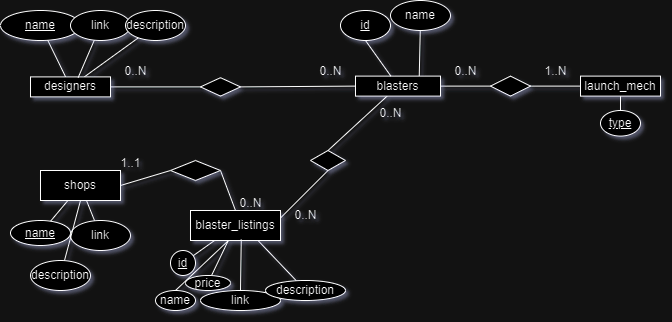
SabreBirdOne/BlasterBrowser keeps this draw.io diagram as docs/ERD.png. Above is the earlier version. Source tidied: cells renumbered, new cells last; positions are measured from the earlier drawing's top-left corner, leaving out a move shared by most shapes.
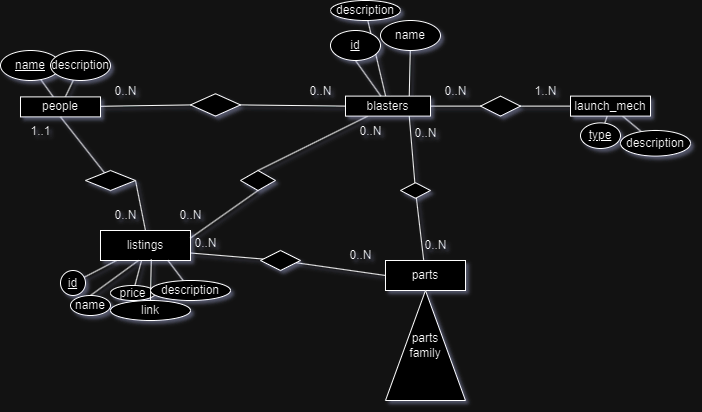
Later version of the same file.

What changed in the source:
```diff
@@ -11,18 +11,12 @@
     <mxCell id="4" style="rounded=0;jettySize=auto;html=1;endArrow=none;endFill=0;" parent="1" edge="1" source="5" target="26">
       <mxGeometry relative="1" as="geometry" />
     </mxCell>
-    <mxCell id="5" value="designers" style="rounded=0;whiteSpace=wrap;html=1;" parent="1" vertex="1">
+    <mxCell id="5" value="people" style="rounded=0;whiteSpace=wrap;html=1;" parent="1" vertex="1">
       <mxGeometry x="30" y="76.4" width="80" height="20" as="geometry" />
     </mxCell>
     <mxCell id="6" value="&lt;u&gt;name&lt;/u&gt;" style="ellipse;whiteSpace=wrap;html=1;rounded=0;" parent="1" vertex="1">
-      <mxGeometry y="10" width="80" height="30" as="geometry" />
+      <mxGeometry x="10" y="30" width="60" height="30" as="geometry" />
     </mxCell>
-    <mxCell id="7" style="rounded=0;jettySize=auto;html=1;endArrow=none;endFill=0;entryX=0.596;entryY=0.032;entryDx=0;entryDy=0;entryPerimeter=0;" parent="1" edge="1" source="8" target="5">
-      <mxGeometry relative="1" as="geometry" />
-    </mxCell>
-    <mxCell id="8" value="link" style="ellipse;whiteSpace=wrap;html=1;" parent="1" vertex="1">
-      <mxGeometry x="70" y="10" width="60" height="30" as="geometry" />
-    </mxCell>
     <mxCell id="9" style="rounded=0;jettySize=auto;html=1;exitX=0.75;exitY=0;exitDx=0;exitDy=0;endArrow=none;endFill=0;" parent="1" edge="1" source="12" target="20">
       <mxGeometry relative="1" as="geometry" />
     </mxCell>
@@ -32,6 +26,9 @@
     <mxCell id="11" style="rounded=0;jettySize=auto;html=1;entryX=0;entryY=0.5;entryDx=0;entryDy=0;endArrow=none;endFill=0;" parent="1" edge="1" source="12" target="53">
       <mxGeometry relative="1" as="geometry" />
     </mxCell>
+    <mxCell id="56" style="rounded=0;jettySize=auto;html=1;endArrow=none;endFill=0;" parent="1" edge="1" source="12" target="59">
+      <mxGeometry relative="1" as="geometry" />
+    </mxCell>
     <mxCell id="12" value="blasters" style="rounded=0;whiteSpace=wrap;html=1;" parent="1" vertex="1">
       <mxGeometry x="355" y="75.6" width="85" height="20" as="geometry" />
     </mxCell>
@@ -45,10 +42,13 @@
       <mxGeometry relative="1" as="geometry" />
     </mxCell>
     <mxCell id="16" style="rhombus;whiteSpace=wrap;html=1;" parent="1" vertex="1">
-      <mxGeometry x="200" y="77.2" width="40" height="18.4" as="geometry" />
+      <mxGeometry x="200" y="73.2" width="50" height="22.4" as="geometry" />
     </mxCell>
-    <mxCell id="17" style="edgeStyle=orthogonalEdgeStyle;rounded=0;orthogonalLoop=1;jettySize=auto;html=1;exitX=0.5;exitY=1;exitDx=0;exitDy=0;" parent="1" edge="1" source="8" target="8">
-      <mxGeometry relative="1" as="geometry" />
+    <mxCell id="17" style="edgeStyle=orthogonalEdgeStyle;rounded=0;orthogonalLoop=1;jettySize=auto;html=1;exitX=0.5;exitY=1;exitDx=0;exitDy=0;" parent="1" edge="1">
+      <mxGeometry relative="1" as="geometry">
+        <mxPoint x="100" y="40" as="sourcePoint" />
+        <mxPoint x="100" y="40" as="targetPoint" />
+      </mxGeometry>
     </mxCell>
     <mxCell id="18" value="0..N" style="text;html=1;align=center;verticalAlign=middle;strokeColor=none;fillColor=none;" parent="1" vertex="1">
       <mxGeometry x="305" y="55.6" width="50" height="30" as="geometry" />
@@ -59,98 +59,74 @@
     <mxCell id="20" value="name" style="ellipse;whiteSpace=wrap;html=1;" parent="1" vertex="1">
       <mxGeometry x="390" width="60" height="30" as="geometry" />
     </mxCell>
-    <mxCell id="21" style="rounded=0;jettySize=auto;html=1;endArrow=none;endFill=0;" parent="1" edge="1" source="22" target="23">
-      <mxGeometry relative="1" as="geometry" />
-    </mxCell>
-    <mxCell id="22" value="shops" style="whiteSpace=wrap;html=1;" parent="1" vertex="1">
-      <mxGeometry x="40" y="170" width="80" height="30" as="geometry" />
-    </mxCell>
-    <mxCell id="23" value="&lt;u&gt;name&lt;/u&gt;" style="ellipse;whiteSpace=wrap;html=1;" parent="1" vertex="1">
-      <mxGeometry x="10" y="220" width="60" height="25" as="geometry" />
-    </mxCell>
-    <mxCell id="24" style="rounded=0;jettySize=auto;html=1;endArrow=none;endFill=0;" parent="1" edge="1" source="25" target="22">
-      <mxGeometry relative="1" as="geometry" />
-    </mxCell>
-    <mxCell id="25" value="link" style="ellipse;whiteSpace=wrap;html=1;" parent="1" vertex="1">
-      <mxGeometry x="70" y="220" width="60" height="30" as="geometry" />
-    </mxCell>
     <mxCell id="26" value="description" style="ellipse;whiteSpace=wrap;html=1;" parent="1" vertex="1">
-      <mxGeometry x="125" y="10" width="60" height="30" as="geometry" />
+      <mxGeometry x="60" y="30" width="60" height="30" as="geometry" />
     </mxCell>
-    <mxCell id="27" style="rounded=0;jettySize=auto;html=1;entryX=0.5;entryY=1;entryDx=0;entryDy=0;endArrow=none;endFill=0;" parent="1" edge="1" source="28" target="22">
-      <mxGeometry relative="1" as="geometry" />
-    </mxCell>
-    <mxCell id="28" value="description" style="ellipse;whiteSpace=wrap;html=1;" parent="1" vertex="1">
-      <mxGeometry x="30" y="260" width="60" height="30" as="geometry" />
-    </mxCell>
     <mxCell id="29" style="rounded=0;jettySize=auto;html=1;endArrow=none;endFill=0;" parent="1" edge="1" source="31" target="32">
       <mxGeometry relative="1" as="geometry" />
     </mxCell>
     <mxCell id="30" style="rounded=0;jettySize=auto;html=1;endArrow=none;endFill=0;" parent="1" edge="1" source="31" target="33">
       <mxGeometry relative="1" as="geometry" />
     </mxCell>
-    <mxCell id="31" value="blaster_listings" style="whiteSpace=wrap;html=1;" parent="1" vertex="1">
-      <mxGeometry x="190" y="210" width="90" height="30" as="geometry" />
+    <mxCell id="31" value="listings" style="whiteSpace=wrap;html=1;" parent="1" vertex="1">
+      <mxGeometry x="110" y="210" width="90" height="30" as="geometry" />
     </mxCell>
     <mxCell id="32" value="&lt;u&gt;id&lt;/u&gt;" style="ellipse;whiteSpace=wrap;html=1;" parent="1" vertex="1">
-      <mxGeometry x="170" y="250" width="25" height="25" as="geometry" />
+      <mxGeometry x="70" y="250" width="25" height="25" as="geometry" />
     </mxCell>
     <mxCell id="33" value="price" style="ellipse;whiteSpace=wrap;html=1;" parent="1" vertex="1">
-      <mxGeometry x="185" y="275" width="45" height="15" as="geometry" />
+      <mxGeometry x="120" y="265" width="45" height="15" as="geometry" />
     </mxCell>
     <mxCell id="34" style="rounded=0;jettySize=auto;html=1;entryX=0.564;entryY=0.963;entryDx=0;entryDy=0;entryPerimeter=0;endArrow=none;endFill=0;" parent="1" edge="1" source="35" target="31">
       <mxGeometry relative="1" as="geometry" />
     </mxCell>
     <mxCell id="35" value="link" style="ellipse;whiteSpace=wrap;html=1;" parent="1" vertex="1">
-      <mxGeometry x="200" y="290" width="80" height="20" as="geometry" />
+      <mxGeometry x="120" y="280" width="80" height="20" as="geometry" />
     </mxCell>
     <mxCell id="36" style="rounded=0;jettySize=auto;html=1;entryX=0.75;entryY=1;entryDx=0;entryDy=0;endArrow=none;endFill=0;" parent="1" edge="1" source="37" target="31">
       <mxGeometry relative="1" as="geometry" />
     </mxCell>
     <mxCell id="37" value="description" style="ellipse;whiteSpace=wrap;html=1;" parent="1" vertex="1">
-      <mxGeometry x="265" y="280" width="80" height="20" as="geometry" />
+      <mxGeometry x="160" y="260" width="80" height="20" as="geometry" />
     </mxCell>
-    <mxCell id="38" style="rounded=0;jettySize=auto;html=1;entryX=1;entryY=0.5;entryDx=0;entryDy=0;endArrow=none;endFill=0;exitX=0;exitY=0.5;exitDx=0;exitDy=0;" parent="1" edge="1" source="40" target="22">
-      <mxGeometry relative="1" as="geometry" />
-    </mxCell>
     <mxCell id="39" style="rounded=0;jettySize=auto;html=1;exitX=1;exitY=0.5;exitDx=0;exitDy=0;entryX=0.5;entryY=0;entryDx=0;entryDy=0;endArrow=none;endFill=0;" parent="1" edge="1" source="40" target="31">
       <mxGeometry relative="1" as="geometry" />
     </mxCell>
+    <mxCell id="57" style="rounded=0;jettySize=auto;html=1;entryX=0.5;entryY=1;entryDx=0;entryDy=0;endArrow=none;endFill=0;" parent="1" edge="1" source="40" target="5">
+      <mxGeometry relative="1" as="geometry" />
+    </mxCell>
     <mxCell id="40" style="rhombus;whiteSpace=wrap;html=1;" parent="1" vertex="1">
-      <mxGeometry x="170" y="160" width="50" height="20" as="geometry" />
+      <mxGeometry x="95" y="150" width="50" height="20" as="geometry" />
     </mxCell>
-    <mxCell id="41" value="0..N" style="text;html=1;align=center;verticalAlign=middle;strokeColor=none;fillColor=none;" parent="1" vertex="1">
-      <mxGeometry x="225" y="188" width="50" height="30" as="geometry" />
-    </mxCell>
-    <mxCell id="42" value="1..1" style="text;html=1;align=center;verticalAlign=middle;strokeColor=none;fillColor=none;" parent="1" vertex="1">
-      <mxGeometry x="110" y="148" width="40" height="30" as="geometry" />
-    </mxCell>
     <mxCell id="43" style="rounded=0;jettySize=auto;html=1;entryX=1;entryY=0.25;entryDx=0;entryDy=0;exitX=0.5;exitY=1;exitDx=0;exitDy=0;endArrow=none;endFill=0;" parent="1" edge="1" source="44" target="31">
       <mxGeometry relative="1" as="geometry" />
     </mxCell>
     <mxCell id="44" style="rhombus;whiteSpace=wrap;html=1;rounded=0;" parent="1" vertex="1">
-      <mxGeometry x="310" y="150" width="35" height="20" as="geometry" />
+      <mxGeometry x="250" y="150" width="35" height="20" as="geometry" />
     </mxCell>
     <mxCell id="45" value="0..N" style="text;html=1;align=center;verticalAlign=middle;strokeColor=none;fillColor=none;" parent="1" vertex="1">
-      <mxGeometry x="365" y="98" width="50" height="30" as="geometry" />
+      <mxGeometry x="355" y="95.6" width="50" height="30" as="geometry" />
     </mxCell>
     <mxCell id="46" value="0..N" style="text;html=1;align=center;verticalAlign=middle;strokeColor=none;fillColor=none;" parent="1" vertex="1">
-      <mxGeometry x="280" y="200" width="50" height="30" as="geometry" />
+      <mxGeometry x="175" y="180" width="50" height="30" as="geometry" />
     </mxCell>
     <mxCell id="47" style="rounded=0;jettySize=auto;html=1;entryX=0.422;entryY=1;entryDx=0;entryDy=0;entryPerimeter=0;endArrow=none;endFill=0;exitX=0.5;exitY=0;exitDx=0;exitDy=0;" parent="1" edge="1" source="48" target="31">
       <mxGeometry relative="1" as="geometry" />
     </mxCell>
     <mxCell id="48" value="name" style="ellipse;whiteSpace=wrap;html=1;" parent="1" vertex="1">
-      <mxGeometry x="155" y="290" width="40" height="20" as="geometry" />
+      <mxGeometry x="80" y="275" width="40" height="20" as="geometry" />
     </mxCell>
     <mxCell id="49" style="rounded=0;jettySize=auto;html=1;endArrow=none;endFill=0;" parent="1" edge="1" source="50" target="51">
       <mxGeometry relative="1" as="geometry" />
     </mxCell>
+    <mxCell id="58" style="rounded=0;jettySize=auto;html=1;endArrow=none;endFill=0;" parent="1" edge="1" source="50" target="60">
+      <mxGeometry relative="1" as="geometry" />
+    </mxCell>
     <mxCell id="50" value="launch_mech" style="whiteSpace=wrap;html=1;" parent="1" vertex="1">
       <mxGeometry x="580" y="75.6" width="80" height="20" as="geometry" />
     </mxCell>
     <mxCell id="51" value="&lt;u&gt;type&lt;/u&gt;" style="ellipse;whiteSpace=wrap;html=1;" parent="1" vertex="1">
-      <mxGeometry x="600" y="110" width="40" height="25.6" as="geometry" />
+      <mxGeometry x="590" y="102.4" width="40" height="25.6" as="geometry" />
     </mxCell>
     <mxCell id="52" style="rounded=0;jettySize=auto;html=1;entryX=0;entryY=0.5;entryDx=0;entryDy=0;endArrow=none;endFill=0;" parent="1" edge="1" source="53" target="50">
       <mxGeometry relative="1" as="geometry" />
@@ -164,5 +140,53 @@
     <mxCell id="55" value="1..N" style="text;html=1;align=center;verticalAlign=middle;strokeColor=none;fillColor=none;" parent="1" vertex="1">
       <mxGeometry x="530" y="55.6" width="50" height="30" as="geometry" />
     </mxCell>
+    <mxCell id="59" value="description" style="ellipse;whiteSpace=wrap;html=1;" parent="1" vertex="1">
+      <mxGeometry x="340" y="-20" width="70" height="20" as="geometry" />
+    </mxCell>
+    <mxCell id="60" value="description" style="ellipse;whiteSpace=wrap;html=1;" parent="1" vertex="1">
+      <mxGeometry x="630" y="110" width="70" height="25.6" as="geometry" />
+    </mxCell>
+    <mxCell id="61" style="rounded=0;jettySize=auto;html=1;endArrow=none;endFill=0;" parent="1" edge="1" source="62" target="64">
+      <mxGeometry relative="1" as="geometry" />
+    </mxCell>
+    <mxCell id="62" value="parts" style="whiteSpace=wrap;html=1;" parent="1" vertex="1">
+      <mxGeometry x="395" y="240" width="80" height="30" as="geometry" />
+    </mxCell>
+    <mxCell id="63" style="rounded=0;jettySize=auto;html=1;entryX=0.75;entryY=1;entryDx=0;entryDy=0;endArrow=none;endFill=0;" parent="1" edge="1" source="64" target="12">
+      <mxGeometry relative="1" as="geometry" />
+    </mxCell>
+    <mxCell id="64" style="rhombus;whiteSpace=wrap;html=1;" parent="1" vertex="1">
+      <mxGeometry x="410" y="162.2" width="30" height="15.6" as="geometry" />
+    </mxCell>
+    <mxCell id="65" value="0..N" style="text;html=1;align=center;verticalAlign=middle;strokeColor=none;fillColor=none;" parent="1" vertex="1">
+      <mxGeometry x="420" y="210" width="50" height="30" as="geometry" />
+    </mxCell>
+    <mxCell id="66" value="0..N" style="text;html=1;align=center;verticalAlign=middle;strokeColor=none;fillColor=none;" parent="1" vertex="1">
+      <mxGeometry x="410" y="98" width="50" height="30" as="geometry" />
+    </mxCell>
+    <mxCell id="67" value="0..N" style="text;html=1;align=center;verticalAlign=middle;strokeColor=none;fillColor=none;" parent="1" vertex="1">
+      <mxGeometry x="110" y="180" width="50" height="30" as="geometry" />
+    </mxCell>
+    <mxCell id="42" value="1..1" style="text;html=1;align=center;verticalAlign=middle;strokeColor=none;fillColor=none;" parent="1" vertex="1">
+      <mxGeometry x="30" y="95.6" width="40" height="30" as="geometry" />
+    </mxCell>
+    <mxCell id="68" style="rounded=0;jettySize=auto;html=1;entryX=0;entryY=0.5;entryDx=0;entryDy=0;endArrow=none;endFill=0;" parent="1" edge="1" source="70" target="62">
+      <mxGeometry relative="1" as="geometry" />
+    </mxCell>
+    <mxCell id="69" style="rounded=0;jettySize=auto;html=1;entryX=1;entryY=0.75;entryDx=0;entryDy=0;endArrow=none;endFill=0;" parent="1" edge="1" source="70" target="31">
+      <mxGeometry relative="1" as="geometry" />
+    </mxCell>
+    <mxCell id="70" style="rhombus;whiteSpace=wrap;html=1;" parent="1" vertex="1">
+      <mxGeometry x="270" y="230" width="40" height="20" as="geometry" />
+    </mxCell>
+    <mxCell id="71" value="0..N" style="text;html=1;align=center;verticalAlign=middle;strokeColor=none;fillColor=none;" parent="1" vertex="1">
+      <mxGeometry x="345" y="220" width="50" height="30" as="geometry" />
+    </mxCell>
+    <mxCell id="72" value="0..N" style="text;html=1;align=center;verticalAlign=middle;strokeColor=none;fillColor=none;" parent="1" vertex="1">
+      <mxGeometry x="190" y="207.8" width="50" height="30" as="geometry" />
+    </mxCell>
+    <mxCell id="73" value="parts&lt;br&gt;family" style="triangle;whiteSpace=wrap;html=1;direction=north;" parent="1" vertex="1">
+      <mxGeometry x="395" y="270" width="80" height="110" as="geometry" />
+    </mxCell>
   </root>
 </mxGraphModel>
```
